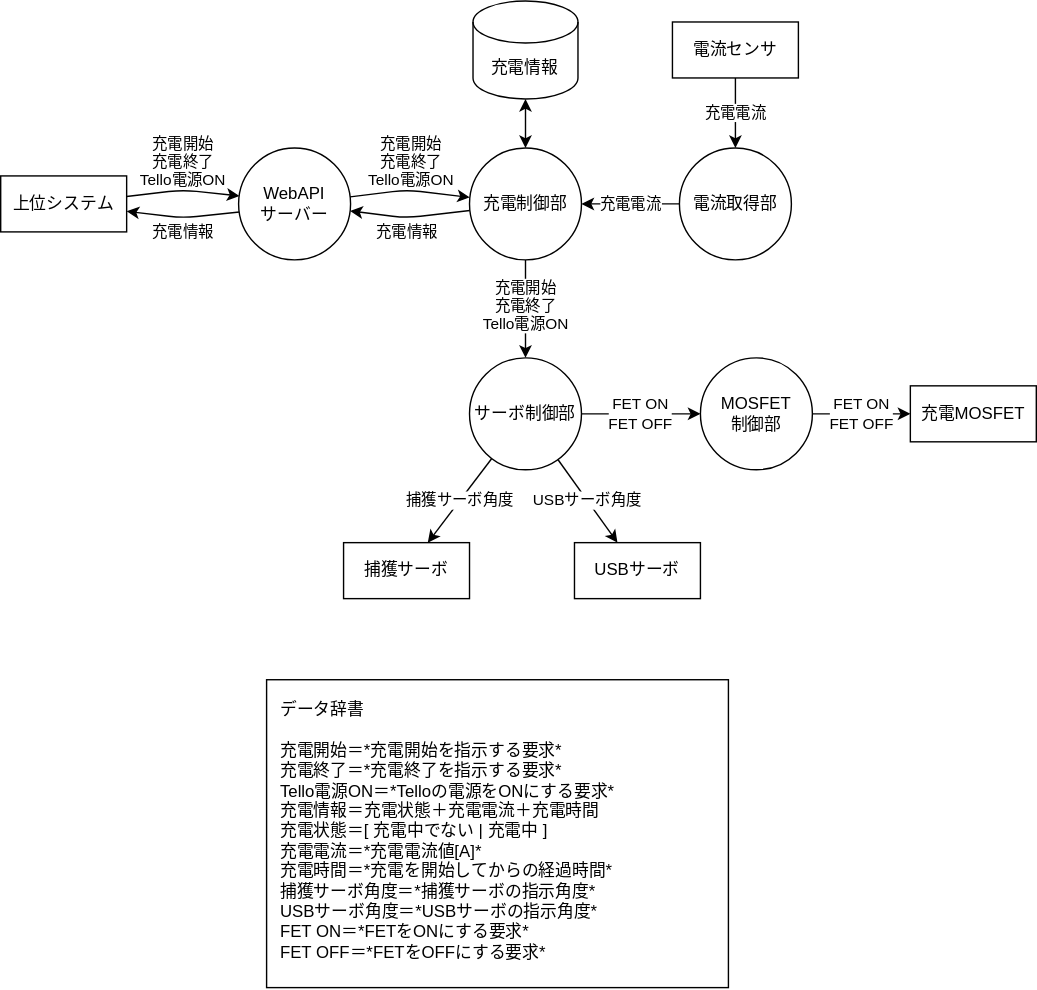
Before: doc/design/img/DFD0.drawio.svg, a diagram exported from draw.io (mi83ki/tello-charger). Source tidied: cells renumbered, new cells last; positions are measured from the earlier drawing's top-left corner, leaving out a move shared by most shapes.
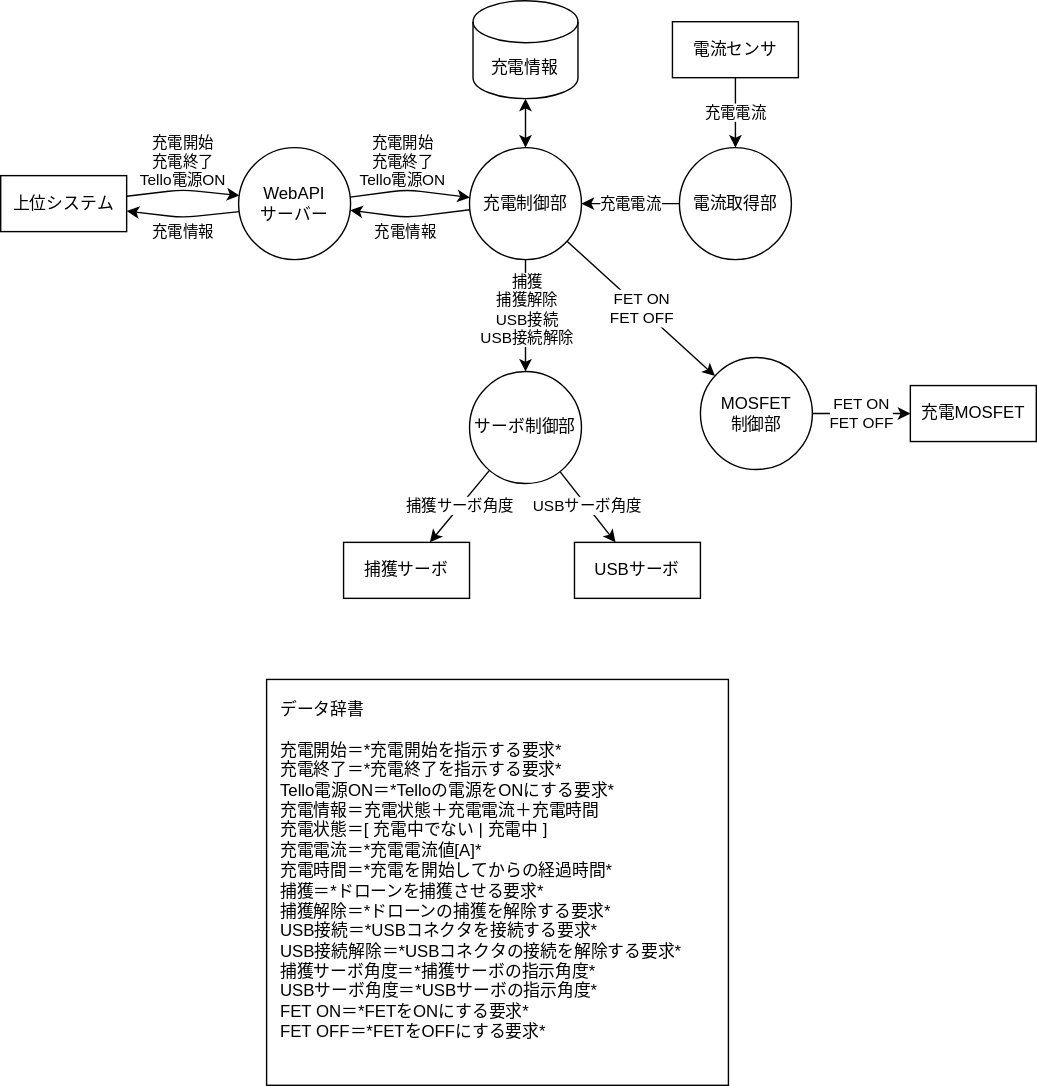
After the change.

Commit message:
[doc] Update module structure

What changed in the source:
```diff
@@ -66,11 +66,11 @@
     <mxCell id="17" value="MOSFET&lt;br&gt;制御部" style="ellipse;whiteSpace=wrap;html=1;" parent="1" vertex="1">
       <mxGeometry x="500" y="255" width="80" height="80" as="geometry" />
     </mxCell>
-    <mxCell id="18" value="FET ON&lt;br&gt;FET OFF" style="edgeStyle=none;html=1;startArrow=none;startFill=0;" parent="1" edge="1" source="19" target="17">
+    <mxCell id="18" value="FET ON&lt;br&gt;FET OFF" style="edgeStyle=none;html=1;startArrow=none;startFill=0;" parent="1" edge="1" source="24" target="17">
       <mxGeometry relative="1" as="geometry" />
     </mxCell>
     <mxCell id="19" value="サーボ制御部" style="ellipse;whiteSpace=wrap;html=1;" parent="1" vertex="1">
-      <mxGeometry x="335" y="255" width="80" height="80" as="geometry" />
+      <mxGeometry x="335" y="265" width="80" height="80" as="geometry" />
     </mxCell>
     <mxCell id="20" value="充電情報" style="edgeStyle=none;html=1;" parent="1" edge="1" source="24" target="14">
       <mxGeometry x="0.06" y="10" relative="1" as="geometry">
@@ -86,7 +86,7 @@
     <mxCell id="22" style="edgeStyle=none;html=1;startArrow=none;startFill=0;" parent="1" edge="1" source="24" target="19">
       <mxGeometry relative="1" as="geometry" />
     </mxCell>
-    <mxCell id="23" value="&lt;span style=&quot;border-color: var(--border-color);&quot;&gt;充電開始&lt;/span&gt;&lt;br style=&quot;border-color: var(--border-color);&quot;&gt;&lt;span style=&quot;border-color: var(--border-color);&quot;&gt;充電終了&lt;/span&gt;&lt;br style=&quot;border-color: var(--border-color);&quot;&gt;&lt;span style=&quot;border-color: var(--border-color);&quot;&gt;Tello電源ON&lt;/span&gt;" style="edgeLabel;html=1;align=center;verticalAlign=middle;" parent="22" vertex="1">
+    <mxCell id="23" value="捕獲&lt;br&gt;捕獲解除&lt;br&gt;USB接続&lt;br&gt;USB接続解除" style="edgeLabel;html=1;align=center;verticalAlign=middle;" parent="22" vertex="1">
       <mxGeometry x="-0.4" y="-1" relative="1" as="geometry">
         <mxPoint x="1" y="12" as="offset" />
       </mxGeometry>
@@ -97,8 +97,8 @@
     <mxCell id="25" value="充電情報" style="shape=cylinder3;whiteSpace=wrap;html=1;boundedLbl=1;backgroundOutline=1;size=15;" parent="1" vertex="1">
       <mxGeometry x="337.5" width="75" height="70" as="geometry" />
     </mxCell>
-    <mxCell id="26" value="データ辞書&lt;br&gt;&lt;br&gt;充電開始＝*充電開始を指示する要求*&lt;br&gt;充電終了＝*充電終了を指示する要求*&lt;br&gt;Tello電源ON＝*Telloの電源をONにする要求*&lt;br&gt;充電情報＝充電状態＋充電電流＋充電時間&lt;br&gt;充電状態＝[ 充電中でない | 充電中 ]&lt;br&gt;充電電流＝*充電電流値[A]*&lt;br&gt;充電時間＝*充電を開始してからの経過時間*&lt;br&gt;捕獲サーボ角度＝*捕獲サーボの指示角度*&lt;br&gt;USBサーボ角度＝*USBサーボの指示角度*&lt;br&gt;FET ON＝*FETをONにする要求*&lt;br&gt;FET OFF＝*FETをOFFにする要求*" style="text;html=1;strokeColor=default;fillColor=none;align=left;verticalAlign=top;whiteSpace=wrap;rounded=0;spacing=10;" parent="1" vertex="1">
-      <mxGeometry x="190" y="485" width="330" height="220" as="geometry" />
+    <mxCell id="26" value="データ辞書&lt;br&gt;&lt;br&gt;充電開始＝*充電開始を指示する要求*&lt;br&gt;充電終了＝*充電終了を指示する要求*&lt;br&gt;Tello電源ON＝*Telloの電源をONにする要求*&lt;br&gt;充電情報＝充電状態＋充電電流＋充電時間&lt;br&gt;充電状態＝[ 充電中でない | 充電中 ]&lt;br&gt;充電電流＝*充電電流値[A]*&lt;br&gt;充電時間＝*充電を開始してからの経過時間*&lt;br&gt;捕獲＝*ドローンを捕獲させる要求*&lt;br&gt;捕獲解除＝*ドローンの捕獲を解除する要求*&lt;br&gt;USB接続＝*USBコネクタを接続する要求*&lt;br&gt;USB接続解除＝*USBコネクタの接続を解除する要求*&lt;br&gt;捕獲サーボ角度＝*捕獲サーボの指示角度*&lt;br&gt;USBサーボ角度＝*USBサーボの指示角度*&lt;br&gt;FET ON＝*FETをONにする要求*&lt;br&gt;FET OFF＝*FETをOFFにする要求*" style="text;html=1;strokeColor=default;fillColor=none;align=left;verticalAlign=top;whiteSpace=wrap;rounded=0;spacing=10;" parent="1" vertex="1">
+      <mxGeometry x="190" y="485" width="330" height="290" as="geometry" />
     </mxCell>
   </root>
 </mxGraphModel>
```
